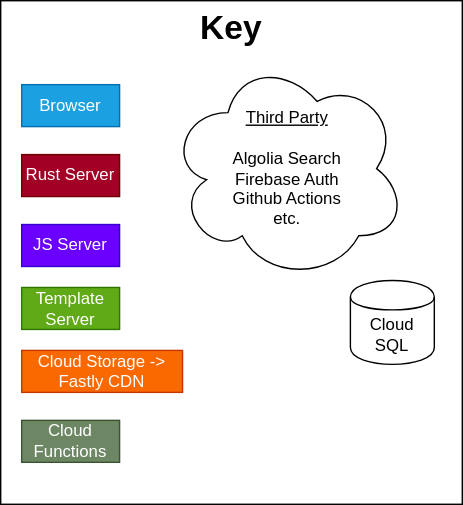
The draw.io diagram documentation/src/engineering/key.drawio.svg in ji-devs/ji-cloud, before a commit. Source tidied: cells renumbered, new cells last; positions are measured from the earlier drawing's top-left corner, leaving out a move shared by most shapes.
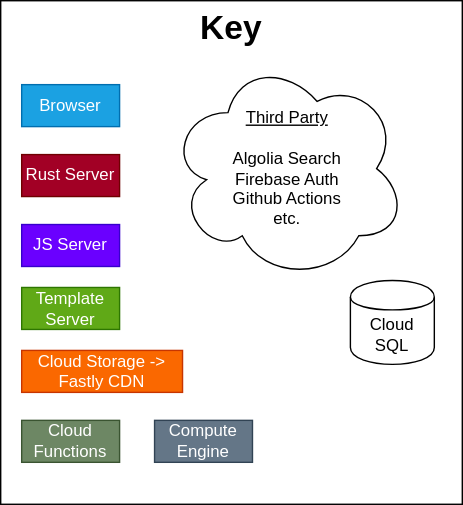
Later version of the same file.

The edit, as a diff of the source:
```diff
@@ -32,5 +32,8 @@
     <mxCell id="11" value="Cloud Functions" style="rounded=0;whiteSpace=wrap;html=1;fillColor=#6d8764;strokeColor=#3A5431;fontColor=#ffffff;" parent="1" vertex="1">
       <mxGeometry x="15" y="300" width="70" height="30" as="geometry" />
     </mxCell>
+    <mxCell id="12" value="Compute Engine" style="rounded=0;whiteSpace=wrap;html=1;fillColor=#647687;strokeColor=#314354;fontColor=#ffffff;" parent="1" vertex="1">
+      <mxGeometry x="110" y="300" width="70" height="30" as="geometry" />
+    </mxCell>
   </root>
 </mxGraphModel>
```
